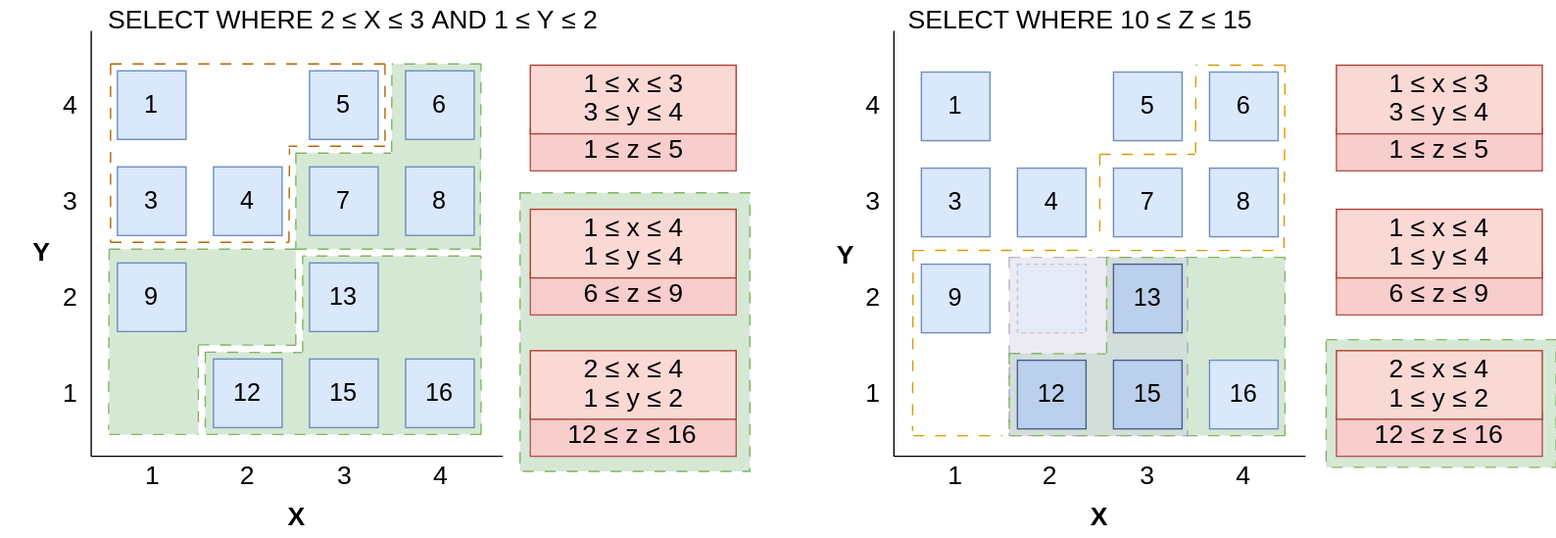
Earlier version of the draw.io export assets/posts/spatial-index/z-order-z-values.svg (addu390/addu390.github.io). Source tidied: cells renumbered, new cells last; positions are measured from the earlier drawing's top-left corner, leaving out a move shared by most shapes.
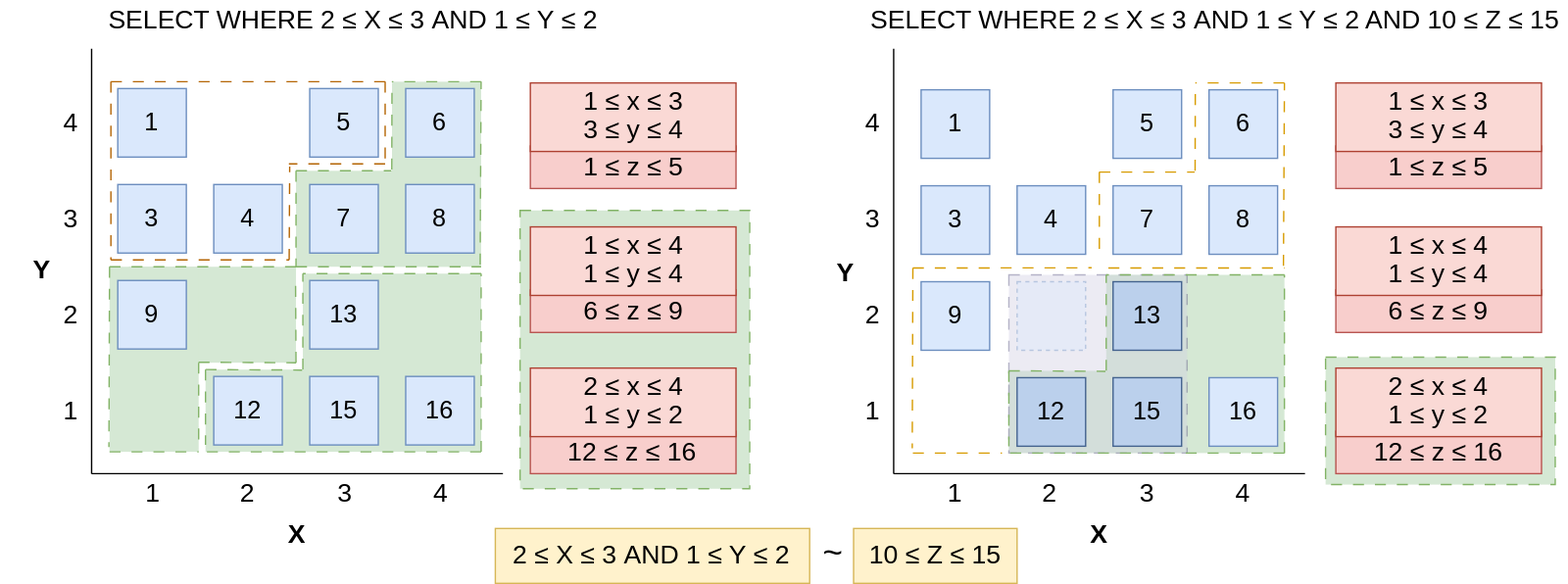
The same diagram one commit later.

Commit message:
Drive up till implementation goal for z-order curves

Diff of the diagram source:
```diff
@@ -247,7 +247,7 @@
       <mxGeometry x="423.5" y="208.5" width="75" height="10" as="geometry" />
     </mxCell>
     <mxCell id="78" value="&lt;font style=&quot;font-size: 19px;&quot;&gt;&lt;font style=&quot;font-size: 19px;&quot;&gt;SELECT WHERE 2&lt;span style=&quot;&quot; class=&quot;base&quot;&gt;&lt;span class=&quot;mord mathnormal&quot;&gt;&amp;nbsp;&lt;/span&gt;&lt;span class=&quot;mspace&quot;&gt;&lt;/span&gt;&lt;span class=&quot;mrel&quot;&gt;≤&amp;nbsp;&lt;/span&gt;&lt;span class=&quot;mspace&quot;&gt;&lt;/span&gt;&lt;/span&gt;&lt;span style=&quot;&quot; class=&quot;base&quot;&gt;&lt;span class=&quot;strut&quot;&gt;&lt;/span&gt;&lt;span class=&quot;mord mathnormal&quot;&gt;X&amp;nbsp;&lt;/span&gt;&lt;span class=&quot;mspace&quot;&gt;&lt;/span&gt;&lt;span class=&quot;mrel&quot;&gt;≤ 3&lt;/span&gt;&lt;/span&gt;&amp;nbsp;AND&amp;nbsp;&lt;/font&gt;&lt;span style=&quot;&quot; class=&quot;base&quot;&gt;&lt;span class=&quot;mord mathnormal&quot;&gt;1&amp;nbsp;&lt;/span&gt;&lt;span class=&quot;mspace&quot;&gt;&lt;/span&gt;&lt;span class=&quot;mrel&quot;&gt;≤ Y&lt;/span&gt;&lt;/span&gt;&lt;span style=&quot;&quot; class=&quot;base&quot;&gt;&lt;span style=&quot;&quot; class=&quot;mord mathnormal&quot;&gt;&amp;nbsp;&lt;/span&gt;&lt;span style=&quot;&quot; class=&quot;mspace&quot;&gt;&lt;/span&gt;&lt;span style=&quot;&quot; class=&quot;mrel&quot;&gt;≤ 2&lt;/span&gt;&lt;/span&gt;&lt;/font&gt;" style="text;html=1;align=center;verticalAlign=middle;whiteSpace=wrap;rounded=0;" parent="1" vertex="1">
-      <mxGeometry x="67.8" width="378.2" height="30" as="geometry" />
+      <mxGeometry x="67.8" y="-13" width="378.2" height="30" as="geometry" />
     </mxCell>
     <mxCell id="79" style="rounded=0;whiteSpace=wrap;html=1;fillColor=#d5e8d4;strokeColor=none;" parent="1" vertex="1">
       <mxGeometry x="285.1" y="46.1" width="65" height="135" as="geometry" />
@@ -388,8 +388,8 @@
     <mxCell id="122" style="endArrow=none;html=1;rounded=0;exitX=0;exitY=0;exitDx=0;exitDy=0;fillColor=#d5e8d4;strokeColor=#82b366;dashed=1;dashPattern=8 8;entryX=1;entryY=0;entryDx=0;entryDy=0;" parent="1" edge="1" source="80" target="81">
       <mxGeometry relative="1" as="geometry" />
     </mxCell>
-    <mxCell id="123" value="&lt;font style=&quot;font-size: 19px;&quot;&gt;&lt;font style=&quot;font-size: 19px;&quot;&gt;SELECT WHERE 10&lt;span style=&quot;&quot; class=&quot;base&quot;&gt;&lt;span class=&quot;mord mathnormal&quot;&gt;&amp;nbsp;&lt;/span&gt;&lt;span class=&quot;mspace&quot;&gt;&lt;/span&gt;&lt;span class=&quot;mrel&quot;&gt;≤&amp;nbsp;&lt;/span&gt;&lt;span class=&quot;mspace&quot;&gt;&lt;/span&gt;&lt;/span&gt;&lt;span style=&quot;&quot; class=&quot;base&quot;&gt;&lt;span class=&quot;strut&quot;&gt;&lt;/span&gt;&lt;span class=&quot;mord mathnormal&quot;&gt;Z&amp;nbsp;&lt;/span&gt;&lt;span class=&quot;mspace&quot;&gt;&lt;/span&gt;&lt;span class=&quot;mrel&quot;&gt;≤ 15&lt;/span&gt;&lt;/span&gt;&lt;/font&gt;&lt;/font&gt;" style="text;html=1;align=center;verticalAlign=middle;whiteSpace=wrap;rounded=0;" parent="1" vertex="1">
-      <mxGeometry x="652.8" width="268.2" height="30" as="geometry" />
+    <mxCell id="123" value="&lt;font style=&quot;font-size: 19px;&quot;&gt;&lt;font style=&quot;font-size: 19px;&quot;&gt;SELECT WHERE 2&lt;span class=&quot;base&quot;&gt;&lt;span class=&quot;mord mathnormal&quot;&gt;&amp;nbsp;&lt;/span&gt;&lt;span class=&quot;mspace&quot;&gt;&lt;/span&gt;&lt;span class=&quot;mrel&quot;&gt;≤&amp;nbsp;&lt;/span&gt;&lt;span class=&quot;mspace&quot;&gt;&lt;/span&gt;&lt;/span&gt;&lt;span class=&quot;base&quot;&gt;&lt;span class=&quot;strut&quot;&gt;&lt;/span&gt;&lt;span class=&quot;mord mathnormal&quot;&gt;X&amp;nbsp;&lt;/span&gt;&lt;span class=&quot;mspace&quot;&gt;&lt;/span&gt;&lt;span class=&quot;mrel&quot;&gt;≤ 3&lt;/span&gt;&lt;/span&gt;&amp;nbsp;AND&amp;nbsp;&lt;span class=&quot;base&quot;&gt;&lt;span class=&quot;mord mathnormal&quot;&gt;1&amp;nbsp;&lt;/span&gt;&lt;span class=&quot;mspace&quot;&gt;&lt;/span&gt;&lt;span class=&quot;mrel&quot;&gt;≤ Y&lt;/span&gt;&lt;/span&gt;&lt;span class=&quot;base&quot;&gt;&lt;span class=&quot;mord mathnormal&quot;&gt;&amp;nbsp;&lt;/span&gt;&lt;span class=&quot;mspace&quot;&gt;&lt;/span&gt;&lt;span class=&quot;mrel&quot;&gt;≤ 2 AND&amp;nbsp;&lt;/span&gt;&lt;/span&gt;10&lt;span style=&quot;&quot; class=&quot;base&quot;&gt;&lt;span class=&quot;mord mathnormal&quot;&gt;&amp;nbsp;&lt;/span&gt;&lt;span class=&quot;mspace&quot;&gt;&lt;/span&gt;&lt;span class=&quot;mrel&quot;&gt;≤&amp;nbsp;&lt;/span&gt;&lt;span class=&quot;mspace&quot;&gt;&lt;/span&gt;&lt;/span&gt;&lt;span style=&quot;&quot; class=&quot;base&quot;&gt;&lt;span class=&quot;strut&quot;&gt;&lt;/span&gt;&lt;span class=&quot;mord mathnormal&quot;&gt;Z&amp;nbsp;&lt;/span&gt;&lt;span class=&quot;mspace&quot;&gt;&lt;/span&gt;&lt;span class=&quot;mrel&quot;&gt;≤ 15&lt;/span&gt;&lt;/span&gt;&lt;/font&gt;&lt;/font&gt;" style="text;html=1;align=center;verticalAlign=middle;whiteSpace=wrap;rounded=0;" parent="1" vertex="1">
+      <mxGeometry x="628.8" y="-13" width="513.2" height="30" as="geometry" />
     </mxCell>
     <mxCell id="124" style="rounded=0;whiteSpace=wrap;html=1;fillColor=#d5e8d4;strokeColor=#82b366;dashed=1;dashPattern=8 8;" parent="1" vertex="1">
       <mxGeometry x="966" y="247" width="167.5" height="93" as="geometry" />
@@ -442,5 +442,14 @@
     <mxCell id="140" style="rounded=0;whiteSpace=wrap;html=1;fillColor=#dae8fc;strokeColor=#6c8ebf;fontSize=18;dashed=1;opacity=40;" parent="1" vertex="1">
       <mxGeometry x="741" y="192" width="50" height="50" as="geometry" />
     </mxCell>
+    <mxCell id="141" value="&lt;font style=&quot;font-size: 19px;&quot;&gt;2&lt;span class=&quot;base&quot;&gt;&lt;span class=&quot;mord mathnormal&quot;&gt;&amp;nbsp;&lt;/span&gt;&lt;span class=&quot;mspace&quot;&gt;&lt;/span&gt;&lt;span class=&quot;mrel&quot;&gt;≤&amp;nbsp;&lt;/span&gt;&lt;span class=&quot;mspace&quot;&gt;&lt;/span&gt;&lt;/span&gt;&lt;span class=&quot;base&quot;&gt;&lt;span class=&quot;strut&quot;&gt;&lt;/span&gt;&lt;span class=&quot;mord mathnormal&quot;&gt;X&amp;nbsp;&lt;/span&gt;&lt;span class=&quot;mspace&quot;&gt;&lt;/span&gt;&lt;span class=&quot;mrel&quot;&gt;≤ 3&lt;/span&gt;&lt;/span&gt;&amp;nbsp;AND&amp;nbsp;&lt;/font&gt;&lt;span style=&quot;font-size: 19px;&quot; class=&quot;base&quot;&gt;&lt;span class=&quot;mord mathnormal&quot;&gt;1&amp;nbsp;&lt;/span&gt;&lt;span class=&quot;mspace&quot;&gt;&lt;/span&gt;&lt;span class=&quot;mrel&quot;&gt;≤ Y&lt;/span&gt;&lt;/span&gt;&lt;span style=&quot;font-size: 19px;&quot; class=&quot;base&quot;&gt;&lt;span class=&quot;mord mathnormal&quot;&gt;&amp;nbsp;&lt;/span&gt;&lt;span class=&quot;mspace&quot;&gt;&lt;/span&gt;&lt;span class=&quot;mrel&quot;&gt;≤ 2&lt;/span&gt;&lt;/span&gt;" style="rounded=0;whiteSpace=wrap;html=1;fillColor=#fff2cc;strokeColor=#d6b656;" parent="1" vertex="1">
+      <mxGeometry x="360.5" y="372" width="229.2" height="40" as="geometry" />
+    </mxCell>
+    <mxCell id="142" value="&lt;span style=&quot;font-size: 19px;&quot;&gt;10&lt;/span&gt;&lt;span style=&quot;font-size: 19px;&quot; class=&quot;base&quot;&gt;&lt;span class=&quot;mord mathnormal&quot;&gt;&amp;nbsp;&lt;/span&gt;&lt;span class=&quot;mspace&quot;&gt;&lt;/span&gt;&lt;span class=&quot;mrel&quot;&gt;≤&amp;nbsp;&lt;/span&gt;&lt;span class=&quot;mspace&quot;&gt;&lt;/span&gt;&lt;/span&gt;&lt;span style=&quot;font-size: 19px;&quot; class=&quot;base&quot;&gt;&lt;span class=&quot;strut&quot;&gt;&lt;/span&gt;&lt;span class=&quot;mord mathnormal&quot;&gt;Z&amp;nbsp;&lt;/span&gt;&lt;span class=&quot;mspace&quot;&gt;&lt;/span&gt;&lt;span class=&quot;mrel&quot;&gt;≤ 15&lt;/span&gt;&lt;/span&gt;" style="rounded=0;whiteSpace=wrap;html=1;fillColor=#fff2cc;strokeColor=#d6b656;" parent="1" vertex="1">
+      <mxGeometry x="621.8" y="372" width="119.2" height="40" as="geometry" />
+    </mxCell>
+    <mxCell id="143" value="&lt;font style=&quot;font-size: 25px;&quot;&gt;~&lt;/font&gt;" style="text;html=1;align=center;verticalAlign=middle;whiteSpace=wrap;rounded=0;" parent="1" vertex="1">
+      <mxGeometry x="577.4" y="374" width="60" height="30" as="geometry" />
+    </mxCell>
   </root>
 </mxGraphModel>
```
